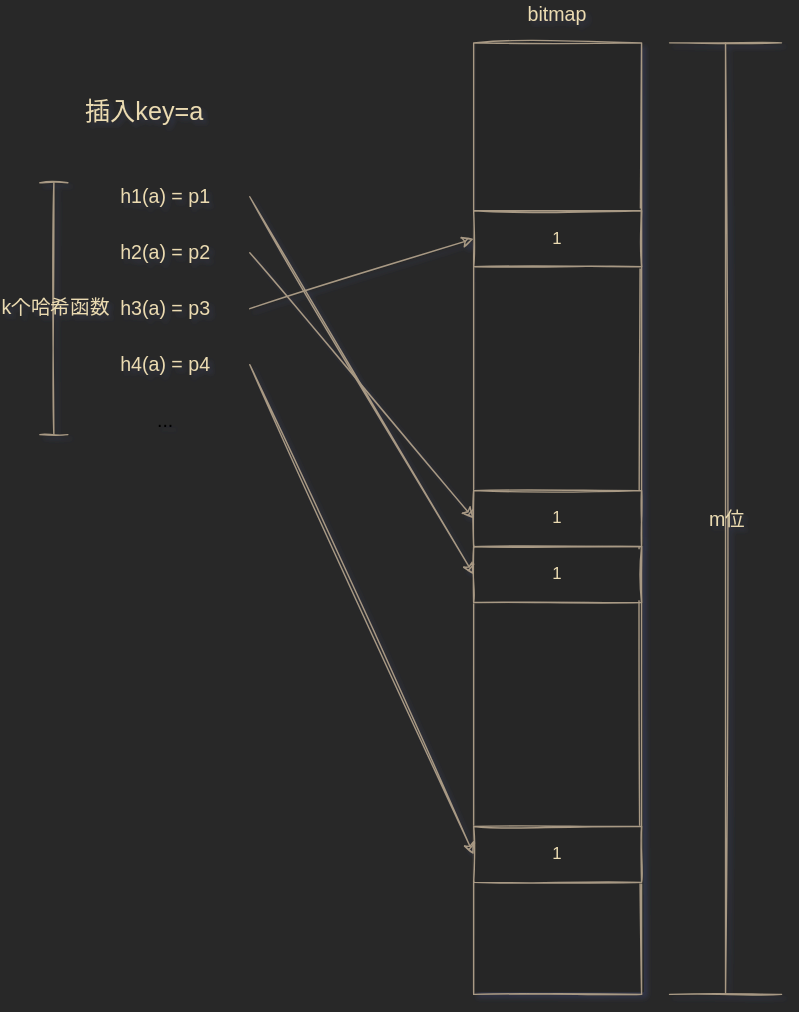
oliverdding/images keeps this draw.io diagram as inserting-key-into-bloom-filter.drawio.svg. Above is the earlier version. Source tidied: cells renumbered, new cells last; positions are measured from the earlier drawing's top-left corner, leaving out a move shared by most shapes. Source of this version:
```xml
<mxGraphModel background="#282828" shadow="1">
  <root>
    <mxCell id="0" />
    <mxCell id="1" parent="0" />
    <mxCell id="2" style="rounded=0;whiteSpace=wrap;html=1;fillStyle=solid;fillColor=#282828;strokeColor=#A89984;fontColor=#A89984;sketch=1;" parent="1" vertex="1">
      <mxGeometry x="310" y="30" width="120" height="680" as="geometry" />
    </mxCell>
    <mxCell id="3" value="1" style="rounded=0;whiteSpace=wrap;html=1;fillStyle=solid;fillColor=#282828;strokeColor=#A89984;fontColor=#EBDBB2;sketch=1;" parent="1" vertex="1">
      <mxGeometry x="310" y="150" width="120" height="40" as="geometry" />
    </mxCell>
    <mxCell id="4" value="1" style="rounded=0;whiteSpace=wrap;html=1;fillStyle=solid;fillColor=#282828;strokeColor=#A89984;fontColor=#EBDBB2;sketch=1;" parent="1" vertex="1">
      <mxGeometry x="310" y="350" width="120" height="40" as="geometry" />
    </mxCell>
    <mxCell id="5" value="1" style="rounded=0;whiteSpace=wrap;html=1;fillStyle=solid;fillColor=#282828;strokeColor=#A89984;fontColor=#EBDBB2;sketch=1;" parent="1" vertex="1">
      <mxGeometry x="310" y="390" width="120" height="40" as="geometry" />
    </mxCell>
    <mxCell id="6" value="1" style="rounded=0;whiteSpace=wrap;html=1;fillStyle=solid;fillColor=#282828;strokeColor=#A89984;fontColor=#EBDBB2;sketch=1;" parent="1" vertex="1">
      <mxGeometry x="310" y="590" width="120" height="40" as="geometry" />
    </mxCell>
    <mxCell id="7" value="插入key=a" style="text;html=1;strokeColor=none;fillColor=none;align=center;verticalAlign=middle;whiteSpace=wrap;rounded=0;fontSize=18;fontColor=#EBDBB2;sketch=1;" parent="1" vertex="1">
      <mxGeometry x="30" y="70" width="90" height="20" as="geometry" />
    </mxCell>
    <mxCell id="8" style="edgeStyle=none;html=1;exitX=1;exitY=0.5;exitDx=0;exitDy=0;entryX=0;entryY=0.5;entryDx=0;entryDy=0;fontSize=14;rounded=0;endArrow=classic;strokeColor=#A89984;endFill=1;sketch=1;" parent="1" edge="1" source="9" target="5">
      <mxGeometry relative="1" as="geometry" />
    </mxCell>
    <mxCell id="9" value="h1(a) = p1" style="text;html=1;strokeColor=none;fillColor=none;align=center;verticalAlign=middle;whiteSpace=wrap;rounded=0;fontSize=14;fontColor=#EBDBB2;sketch=1;" parent="1" vertex="1">
      <mxGeometry x="30" y="130" width="120" height="20" as="geometry" />
    </mxCell>
    <mxCell id="10" style="edgeStyle=none;html=1;exitX=1;exitY=0.5;exitDx=0;exitDy=0;entryX=0;entryY=0.5;entryDx=0;entryDy=0;fontSize=14;rounded=0;endArrow=classic;strokeColor=#A89984;endFill=1;sketch=1;" parent="1" edge="1" source="11" target="4">
      <mxGeometry relative="1" as="geometry" />
    </mxCell>
    <mxCell id="11" value="h2(a) = p2" style="text;html=1;strokeColor=none;fillColor=none;align=center;verticalAlign=middle;whiteSpace=wrap;rounded=0;fontSize=14;fontColor=#EBDBB2;sketch=1;" parent="1" vertex="1">
      <mxGeometry x="30" y="170" width="120" height="20" as="geometry" />
    </mxCell>
    <mxCell id="12" style="edgeStyle=none;html=1;exitX=1;exitY=0.5;exitDx=0;exitDy=0;entryX=0;entryY=0.5;entryDx=0;entryDy=0;fontSize=14;rounded=0;endArrow=classic;strokeColor=#A89984;endFill=1;sketch=1;" parent="1" edge="1" source="13" target="3">
      <mxGeometry relative="1" as="geometry" />
    </mxCell>
    <mxCell id="13" value="h3(a) = p3" style="text;html=1;strokeColor=none;fillColor=none;align=center;verticalAlign=middle;whiteSpace=wrap;rounded=0;fontSize=14;fontColor=#EBDBB2;sketch=1;" parent="1" vertex="1">
      <mxGeometry x="30" y="210" width="120" height="20" as="geometry" />
    </mxCell>
    <mxCell id="14" style="edgeStyle=none;html=1;exitX=1;exitY=0.5;exitDx=0;exitDy=0;entryX=0;entryY=0.5;entryDx=0;entryDy=0;fontSize=14;rounded=0;endArrow=classic;strokeColor=#A89984;endFill=1;sketch=1;" parent="1" edge="1" source="15" target="6">
      <mxGeometry relative="1" as="geometry" />
    </mxCell>
    <mxCell id="15" value="h4(a) = p4" style="text;html=1;strokeColor=none;fillColor=none;align=center;verticalAlign=middle;whiteSpace=wrap;rounded=0;fontSize=14;fontColor=#EBDBB2;sketch=1;" parent="1" vertex="1">
      <mxGeometry x="30" y="250" width="120" height="20" as="geometry" />
    </mxCell>
    <mxCell id="16" value="bitmap" style="text;html=1;strokeColor=none;fillColor=none;align=center;verticalAlign=middle;whiteSpace=wrap;rounded=0;fontSize=14;fontColor=#EBDBB2;sketch=1;" parent="1" vertex="1">
      <mxGeometry x="350" width="40" height="20" as="geometry" />
    </mxCell>
    <mxCell id="17" style="endArrow=none;html=1;fontSize=14;startArrow=none;startFill=0;rounded=0;strokeColor=#A89984;sketch=1;" parent="1" edge="1">
      <mxGeometry relative="1" as="geometry">
        <mxPoint x="490" y="710" as="sourcePoint" />
        <mxPoint x="490" y="30" as="targetPoint" />
      </mxGeometry>
    </mxCell>
    <mxCell id="18" value="m位" style="edgeLabel;html=1;align=center;verticalAlign=middle;fontSize=14;rounded=0;labelBackgroundColor=none;fontColor=#EBDBB2;sketch=1;" parent="17" vertex="1">
      <mxGeometry y="2" relative="1" as="geometry">
        <mxPoint x="2" as="offset" />
      </mxGeometry>
    </mxCell>
    <mxCell id="19" style="endArrow=none;html=1;fontSize=14;rounded=0;strokeColor=#A89984;sketch=1;" parent="1" edge="1">
      <mxGeometry relative="1" as="geometry">
        <mxPoint x="530" y="30" as="sourcePoint" />
        <mxPoint x="450" y="30" as="targetPoint" />
      </mxGeometry>
    </mxCell>
    <mxCell id="20" style="endArrow=none;html=1;fontSize=14;rounded=0;strokeColor=#A89984;sketch=1;" parent="1" edge="1">
      <mxGeometry relative="1" as="geometry">
        <mxPoint x="530" y="710" as="sourcePoint" />
        <mxPoint x="450" y="710" as="targetPoint" />
      </mxGeometry>
    </mxCell>
    <mxCell id="21" value="..." style="text;html=1;strokeColor=none;fillColor=none;align=center;verticalAlign=middle;whiteSpace=wrap;rounded=0;fontSize=14;sketch=1;" parent="1" vertex="1">
      <mxGeometry x="30" y="290" width="120" height="20" as="geometry" />
    </mxCell>
    <mxCell id="22" style="endArrow=none;html=1;fontSize=14;rounded=0;strokeColor=#A89984;sketch=1;" parent="1" edge="1">
      <mxGeometry relative="1" as="geometry">
        <mxPoint x="10" y="310" as="sourcePoint" />
        <mxPoint x="10" y="130" as="targetPoint" />
      </mxGeometry>
    </mxCell>
    <mxCell id="23" value="k个哈希函数" style="edgeLabel;html=1;align=center;verticalAlign=middle;fontSize=14;rounded=0;labelBackgroundColor=none;fontColor=#EBDBB2;sketch=1;" parent="22" vertex="1">
      <mxGeometry x="0.02" relative="1" as="geometry" />
    </mxCell>
    <mxCell id="24" style="endArrow=none;html=1;fontSize=14;rounded=0;strokeColor=#A89984;sketch=1;" parent="1" edge="1">
      <mxGeometry relative="1" as="geometry">
        <mxPoint y="130" as="sourcePoint" />
        <mxPoint x="20" y="130" as="targetPoint" />
      </mxGeometry>
    </mxCell>
    <mxCell id="25" style="endArrow=none;html=1;fontSize=14;rounded=0;strokeColor=#A89984;sketch=1;" parent="1" edge="1">
      <mxGeometry relative="1" as="geometry">
        <mxPoint y="310" as="sourcePoint" />
        <mxPoint x="20" y="310" as="targetPoint" />
      </mxGeometry>
    </mxCell>
  </root>
</mxGraphModel>
```
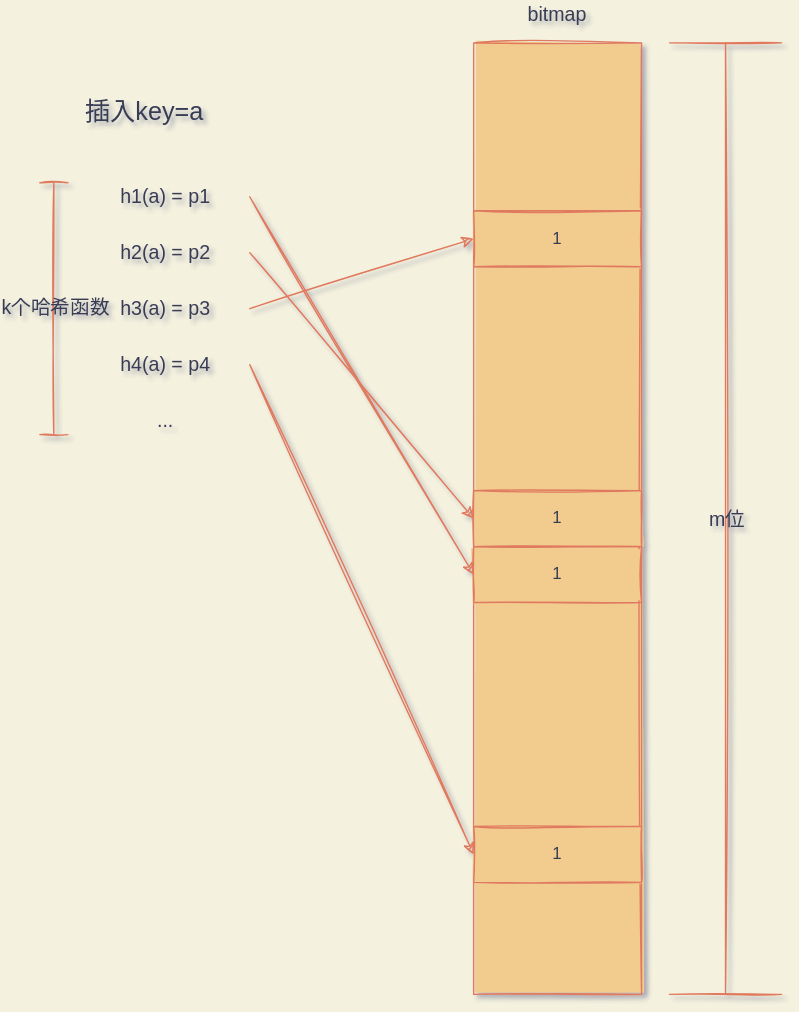
The same diagram one commit later.

Change to the diagram source:
```diff
@@ -1,94 +1,94 @@
-<mxGraphModel background="#282828" shadow="1">
+<mxGraphModel background="#F4F1DE" shadow="1">
   <root>
     <mxCell id="0" />
     <mxCell id="1" parent="0" />
-    <mxCell id="2" style="rounded=0;whiteSpace=wrap;html=1;fillStyle=solid;fillColor=#282828;strokeColor=#A89984;fontColor=#A89984;sketch=1;" parent="1" vertex="1">
+    <mxCell id="2" style="rounded=0;whiteSpace=wrap;html=1;fillStyle=solid;fillColor=#F2CC8F;strokeColor=#E07A5F;fontColor=#393C56;sketch=1;" parent="1" vertex="1">
       <mxGeometry x="310" y="30" width="120" height="680" as="geometry" />
     </mxCell>
-    <mxCell id="3" value="1" style="rounded=0;whiteSpace=wrap;html=1;fillStyle=solid;fillColor=#282828;strokeColor=#A89984;fontColor=#EBDBB2;sketch=1;" parent="1" vertex="1">
+    <mxCell id="3" value="1" style="rounded=0;whiteSpace=wrap;html=1;fillStyle=solid;fillColor=#F2CC8F;strokeColor=#E07A5F;fontColor=#393C56;sketch=1;" parent="1" vertex="1">
       <mxGeometry x="310" y="150" width="120" height="40" as="geometry" />
     </mxCell>
-    <mxCell id="4" value="1" style="rounded=0;whiteSpace=wrap;html=1;fillStyle=solid;fillColor=#282828;strokeColor=#A89984;fontColor=#EBDBB2;sketch=1;" parent="1" vertex="1">
+    <mxCell id="4" value="1" style="rounded=0;whiteSpace=wrap;html=1;fillStyle=solid;fillColor=#F2CC8F;strokeColor=#E07A5F;fontColor=#393C56;sketch=1;" parent="1" vertex="1">
       <mxGeometry x="310" y="350" width="120" height="40" as="geometry" />
     </mxCell>
-    <mxCell id="5" value="1" style="rounded=0;whiteSpace=wrap;html=1;fillStyle=solid;fillColor=#282828;strokeColor=#A89984;fontColor=#EBDBB2;sketch=1;" parent="1" vertex="1">
+    <mxCell id="5" value="1" style="rounded=0;whiteSpace=wrap;html=1;fillStyle=solid;fillColor=#F2CC8F;strokeColor=#E07A5F;fontColor=#393C56;sketch=1;" parent="1" vertex="1">
       <mxGeometry x="310" y="390" width="120" height="40" as="geometry" />
     </mxCell>
-    <mxCell id="6" value="1" style="rounded=0;whiteSpace=wrap;html=1;fillStyle=solid;fillColor=#282828;strokeColor=#A89984;fontColor=#EBDBB2;sketch=1;" parent="1" vertex="1">
+    <mxCell id="6" value="1" style="rounded=0;whiteSpace=wrap;html=1;fillStyle=solid;fillColor=#F2CC8F;strokeColor=#E07A5F;fontColor=#393C56;sketch=1;" parent="1" vertex="1">
       <mxGeometry x="310" y="590" width="120" height="40" as="geometry" />
     </mxCell>
-    <mxCell id="7" value="插入key=a" style="text;html=1;strokeColor=none;fillColor=none;align=center;verticalAlign=middle;whiteSpace=wrap;rounded=0;fontSize=18;fontColor=#EBDBB2;sketch=1;" parent="1" vertex="1">
+    <mxCell id="7" value="插入key=a" style="text;html=1;strokeColor=none;fillColor=none;align=center;verticalAlign=middle;whiteSpace=wrap;rounded=0;fontSize=18;fontColor=#393C56;sketch=1;" parent="1" vertex="1">
       <mxGeometry x="30" y="70" width="90" height="20" as="geometry" />
     </mxCell>
-    <mxCell id="8" style="edgeStyle=none;html=1;exitX=1;exitY=0.5;exitDx=0;exitDy=0;entryX=0;entryY=0.5;entryDx=0;entryDy=0;fontSize=14;rounded=0;endArrow=classic;strokeColor=#A89984;endFill=1;sketch=1;" parent="1" edge="1" source="9" target="5">
+    <mxCell id="8" style="edgeStyle=none;html=1;exitX=1;exitY=0.5;exitDx=0;exitDy=0;entryX=0;entryY=0.5;entryDx=0;entryDy=0;fontSize=14;rounded=0;endArrow=classic;strokeColor=#E07A5F;endFill=1;sketch=1;labelBackgroundColor=#F4F1DE;fontColor=#393C56;" parent="1" edge="1" source="9" target="5">
       <mxGeometry relative="1" as="geometry" />
     </mxCell>
-    <mxCell id="9" value="h1(a) = p1" style="text;html=1;strokeColor=none;fillColor=none;align=center;verticalAlign=middle;whiteSpace=wrap;rounded=0;fontSize=14;fontColor=#EBDBB2;sketch=1;" parent="1" vertex="1">
+    <mxCell id="9" value="h1(a) = p1" style="text;html=1;strokeColor=none;fillColor=none;align=center;verticalAlign=middle;whiteSpace=wrap;rounded=0;fontSize=14;fontColor=#393C56;sketch=1;" parent="1" vertex="1">
       <mxGeometry x="30" y="130" width="120" height="20" as="geometry" />
     </mxCell>
-    <mxCell id="10" style="edgeStyle=none;html=1;exitX=1;exitY=0.5;exitDx=0;exitDy=0;entryX=0;entryY=0.5;entryDx=0;entryDy=0;fontSize=14;rounded=0;endArrow=classic;strokeColor=#A89984;endFill=1;sketch=1;" parent="1" edge="1" source="11" target="4">
+    <mxCell id="10" style="edgeStyle=none;html=1;exitX=1;exitY=0.5;exitDx=0;exitDy=0;entryX=0;entryY=0.5;entryDx=0;entryDy=0;fontSize=14;rounded=0;endArrow=classic;strokeColor=#E07A5F;endFill=1;sketch=1;labelBackgroundColor=#F4F1DE;fontColor=#393C56;" parent="1" edge="1" source="11" target="4">
       <mxGeometry relative="1" as="geometry" />
     </mxCell>
-    <mxCell id="11" value="h2(a) = p2" style="text;html=1;strokeColor=none;fillColor=none;align=center;verticalAlign=middle;whiteSpace=wrap;rounded=0;fontSize=14;fontColor=#EBDBB2;sketch=1;" parent="1" vertex="1">
+    <mxCell id="11" value="h2(a) = p2" style="text;html=1;strokeColor=none;fillColor=none;align=center;verticalAlign=middle;whiteSpace=wrap;rounded=0;fontSize=14;fontColor=#393C56;sketch=1;" parent="1" vertex="1">
       <mxGeometry x="30" y="170" width="120" height="20" as="geometry" />
     </mxCell>
-    <mxCell id="12" style="edgeStyle=none;html=1;exitX=1;exitY=0.5;exitDx=0;exitDy=0;entryX=0;entryY=0.5;entryDx=0;entryDy=0;fontSize=14;rounded=0;endArrow=classic;strokeColor=#A89984;endFill=1;sketch=1;" parent="1" edge="1" source="13" target="3">
+    <mxCell id="12" style="edgeStyle=none;html=1;exitX=1;exitY=0.5;exitDx=0;exitDy=0;entryX=0;entryY=0.5;entryDx=0;entryDy=0;fontSize=14;rounded=0;endArrow=classic;strokeColor=#E07A5F;endFill=1;sketch=1;labelBackgroundColor=#F4F1DE;fontColor=#393C56;" parent="1" edge="1" source="13" target="3">
       <mxGeometry relative="1" as="geometry" />
     </mxCell>
-    <mxCell id="13" value="h3(a) = p3" style="text;html=1;strokeColor=none;fillColor=none;align=center;verticalAlign=middle;whiteSpace=wrap;rounded=0;fontSize=14;fontColor=#EBDBB2;sketch=1;" parent="1" vertex="1">
+    <mxCell id="13" value="h3(a) = p3" style="text;html=1;strokeColor=none;fillColor=none;align=center;verticalAlign=middle;whiteSpace=wrap;rounded=0;fontSize=14;fontColor=#393C56;sketch=1;" parent="1" vertex="1">
       <mxGeometry x="30" y="210" width="120" height="20" as="geometry" />
     </mxCell>
-    <mxCell id="14" style="edgeStyle=none;html=1;exitX=1;exitY=0.5;exitDx=0;exitDy=0;entryX=0;entryY=0.5;entryDx=0;entryDy=0;fontSize=14;rounded=0;endArrow=classic;strokeColor=#A89984;endFill=1;sketch=1;" parent="1" edge="1" source="15" target="6">
+    <mxCell id="14" style="edgeStyle=none;html=1;exitX=1;exitY=0.5;exitDx=0;exitDy=0;entryX=0;entryY=0.5;entryDx=0;entryDy=0;fontSize=14;rounded=0;endArrow=classic;strokeColor=#E07A5F;endFill=1;sketch=1;labelBackgroundColor=#F4F1DE;fontColor=#393C56;" parent="1" edge="1" source="15" target="6">
       <mxGeometry relative="1" as="geometry" />
     </mxCell>
-    <mxCell id="15" value="h4(a) = p4" style="text;html=1;strokeColor=none;fillColor=none;align=center;verticalAlign=middle;whiteSpace=wrap;rounded=0;fontSize=14;fontColor=#EBDBB2;sketch=1;" parent="1" vertex="1">
+    <mxCell id="15" value="h4(a) = p4" style="text;html=1;strokeColor=none;fillColor=none;align=center;verticalAlign=middle;whiteSpace=wrap;rounded=0;fontSize=14;fontColor=#393C56;sketch=1;" parent="1" vertex="1">
       <mxGeometry x="30" y="250" width="120" height="20" as="geometry" />
     </mxCell>
-    <mxCell id="16" value="bitmap" style="text;html=1;strokeColor=none;fillColor=none;align=center;verticalAlign=middle;whiteSpace=wrap;rounded=0;fontSize=14;fontColor=#EBDBB2;sketch=1;" parent="1" vertex="1">
+    <mxCell id="16" value="bitmap" style="text;html=1;strokeColor=none;fillColor=none;align=center;verticalAlign=middle;whiteSpace=wrap;rounded=0;fontSize=14;fontColor=#393C56;sketch=1;" parent="1" vertex="1">
       <mxGeometry x="350" width="40" height="20" as="geometry" />
     </mxCell>
-    <mxCell id="17" style="endArrow=none;html=1;fontSize=14;startArrow=none;startFill=0;rounded=0;strokeColor=#A89984;sketch=1;" parent="1" edge="1">
+    <mxCell id="17" style="endArrow=none;html=1;fontSize=14;startArrow=none;startFill=0;rounded=0;strokeColor=#E07A5F;sketch=1;labelBackgroundColor=#F4F1DE;fontColor=#393C56;" parent="1" edge="1">
       <mxGeometry relative="1" as="geometry">
         <mxPoint x="490" y="710" as="sourcePoint" />
         <mxPoint x="490" y="30" as="targetPoint" />
       </mxGeometry>
     </mxCell>
-    <mxCell id="18" value="m位" style="edgeLabel;html=1;align=center;verticalAlign=middle;fontSize=14;rounded=0;labelBackgroundColor=none;fontColor=#EBDBB2;sketch=1;" parent="17" vertex="1">
+    <mxCell id="18" value="m位" style="edgeLabel;html=1;align=center;verticalAlign=middle;fontSize=14;rounded=0;labelBackgroundColor=none;fontColor=#393C56;sketch=1;" parent="17" vertex="1">
       <mxGeometry y="2" relative="1" as="geometry">
         <mxPoint x="2" as="offset" />
       </mxGeometry>
     </mxCell>
-    <mxCell id="19" style="endArrow=none;html=1;fontSize=14;rounded=0;strokeColor=#A89984;sketch=1;" parent="1" edge="1">
+    <mxCell id="19" style="endArrow=none;html=1;fontSize=14;rounded=0;strokeColor=#E07A5F;sketch=1;labelBackgroundColor=#F4F1DE;fontColor=#393C56;" parent="1" edge="1">
       <mxGeometry relative="1" as="geometry">
         <mxPoint x="530" y="30" as="sourcePoint" />
         <mxPoint x="450" y="30" as="targetPoint" />
       </mxGeometry>
     </mxCell>
-    <mxCell id="20" style="endArrow=none;html=1;fontSize=14;rounded=0;strokeColor=#A89984;sketch=1;" parent="1" edge="1">
+    <mxCell id="20" style="endArrow=none;html=1;fontSize=14;rounded=0;strokeColor=#E07A5F;sketch=1;labelBackgroundColor=#F4F1DE;fontColor=#393C56;" parent="1" edge="1">
       <mxGeometry relative="1" as="geometry">
         <mxPoint x="530" y="710" as="sourcePoint" />
         <mxPoint x="450" y="710" as="targetPoint" />
       </mxGeometry>
     </mxCell>
-    <mxCell id="21" value="..." style="text;html=1;strokeColor=none;fillColor=none;align=center;verticalAlign=middle;whiteSpace=wrap;rounded=0;fontSize=14;sketch=1;" parent="1" vertex="1">
+    <mxCell id="21" value="..." style="text;html=1;strokeColor=none;fillColor=none;align=center;verticalAlign=middle;whiteSpace=wrap;rounded=0;fontSize=14;sketch=1;fontColor=#393C56;" parent="1" vertex="1">
       <mxGeometry x="30" y="290" width="120" height="20" as="geometry" />
     </mxCell>
-    <mxCell id="22" style="endArrow=none;html=1;fontSize=14;rounded=0;strokeColor=#A89984;sketch=1;" parent="1" edge="1">
+    <mxCell id="22" style="endArrow=none;html=1;fontSize=14;rounded=0;strokeColor=#E07A5F;sketch=1;labelBackgroundColor=#F4F1DE;fontColor=#393C56;" parent="1" edge="1">
       <mxGeometry relative="1" as="geometry">
         <mxPoint x="10" y="310" as="sourcePoint" />
         <mxPoint x="10" y="130" as="targetPoint" />
       </mxGeometry>
     </mxCell>
-    <mxCell id="23" value="k个哈希函数" style="edgeLabel;html=1;align=center;verticalAlign=middle;fontSize=14;rounded=0;labelBackgroundColor=none;fontColor=#EBDBB2;sketch=1;" parent="22" vertex="1">
+    <mxCell id="23" value="k个哈希函数" style="edgeLabel;html=1;align=center;verticalAlign=middle;fontSize=14;rounded=0;labelBackgroundColor=none;fontColor=#393C56;sketch=1;" parent="22" vertex="1">
       <mxGeometry x="0.02" relative="1" as="geometry" />
     </mxCell>
-    <mxCell id="24" style="endArrow=none;html=1;fontSize=14;rounded=0;strokeColor=#A89984;sketch=1;" parent="1" edge="1">
+    <mxCell id="24" style="endArrow=none;html=1;fontSize=14;rounded=0;strokeColor=#E07A5F;sketch=1;labelBackgroundColor=#F4F1DE;fontColor=#393C56;" parent="1" edge="1">
       <mxGeometry relative="1" as="geometry">
         <mxPoint y="130" as="sourcePoint" />
         <mxPoint x="20" y="130" as="targetPoint" />
       </mxGeometry>
     </mxCell>
-    <mxCell id="25" style="endArrow=none;html=1;fontSize=14;rounded=0;strokeColor=#A89984;sketch=1;" parent="1" edge="1">
+    <mxCell id="25" style="endArrow=none;html=1;fontSize=14;rounded=0;strokeColor=#E07A5F;sketch=1;labelBackgroundColor=#F4F1DE;fontColor=#393C56;" parent="1" edge="1">
       <mxGeometry relative="1" as="geometry">
         <mxPoint y="310" as="sourcePoint" />
         <mxPoint x="20" y="310" as="targetPoint" />
```
